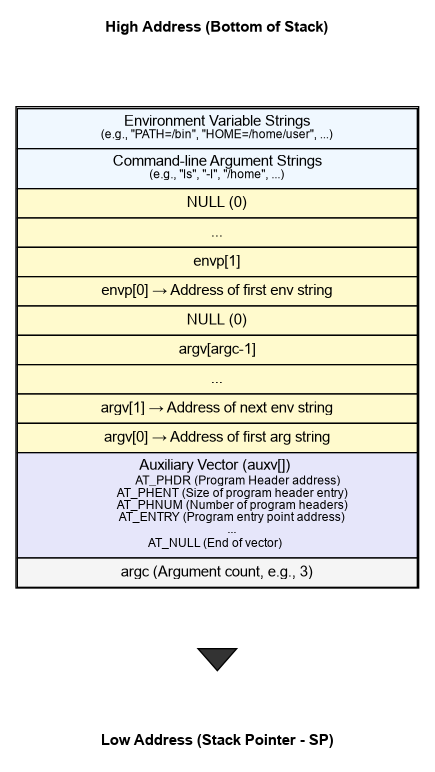
Before: docs/stack_layout.png, a diagram exported from Graphviz (gan-rui-lin/xv6-lab). Its source is kept beside it as docs/stack_layout.dot.
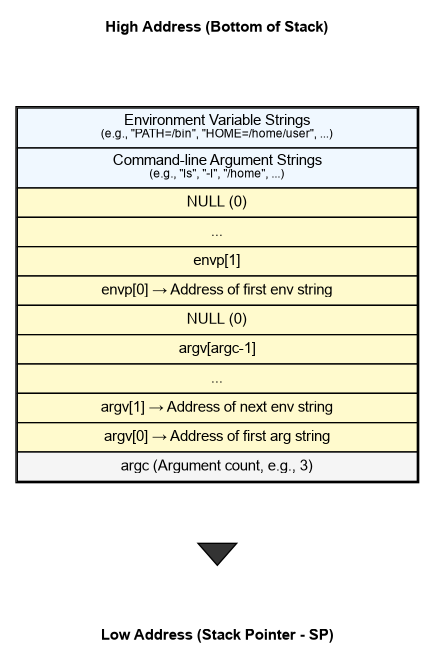
After the change.

What changed in the source:
```diff
@@ -27,20 +27,6 @@
       <TR><TD BGCOLOR="#fffacd">argv[1] → Address of next env string</TD></TR>
       <TR><TD BGCOLOR="#fffacd">argv[0] → Address of first arg string</TD></TR>
 
-
-
-
-      <!-- 辅助向量区域：修正位置，移至此处 -->
-      <TR>
-        <TD BGCOLOR="#e6e6fa">Auxiliary Vector (auxv[]) <BR/>
-          <FONT POINT-SIZE="9">AT_PHDR (Program Header address)<BR/>
-          AT_PHENT (Size of program header entry)<BR/>
-          AT_PHNUM (Number of program headers)<BR/>
-          AT_ENTRY (Program entry point address)<BR/>
-          ...<BR/>
-          AT_NULL (End of vector)</FONT>
-        </TD>
-      </TR>
       <!-- 栈顶区域 -->
       <TR>
         <TD BGCOLOR="#f5f5f5">argc (Argument count, e.g., 3)</TD>
```
